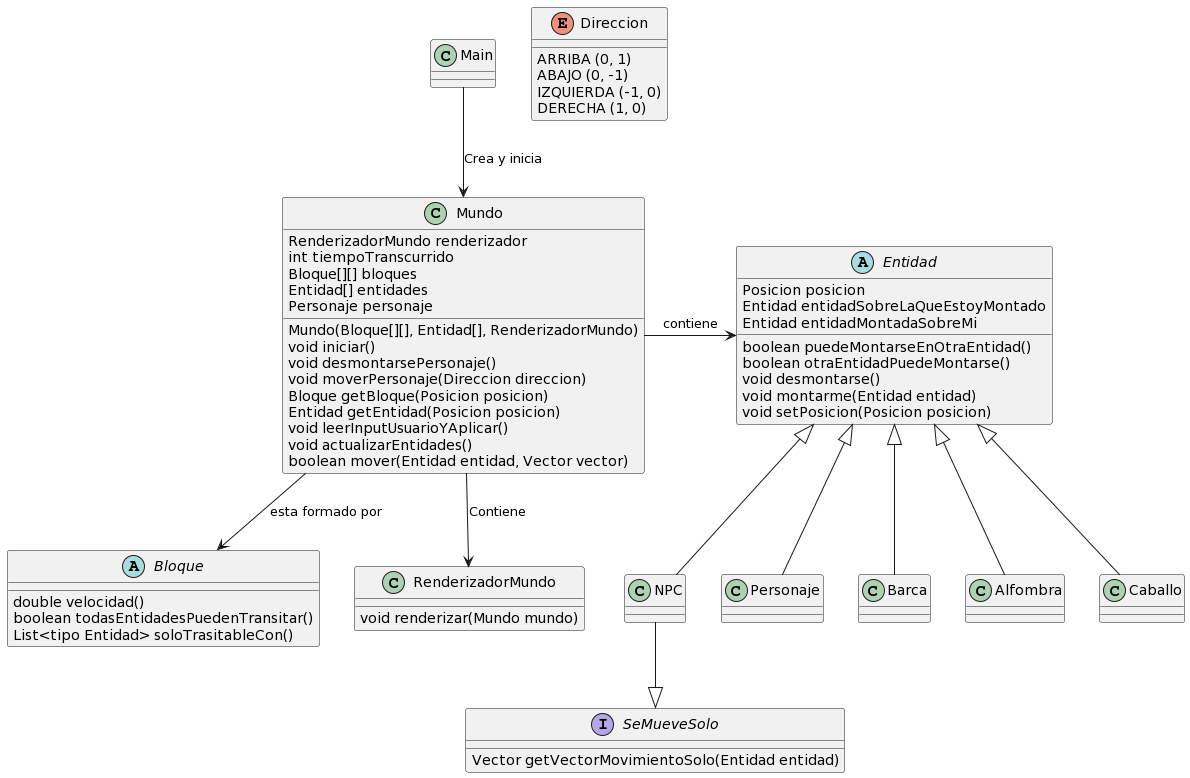
The PlantUML diagram grupo3/laberinto/diagramas/clases.png in mmasias/IdSw2-22-23, before a commit. Its diagram source:
```plantuml
@startuml
class Mundo
abstract class Entidad
abstract class Bloque
class Main
class RenderizadorMundo
interface SeMueveSolo
enum Direccion {
   ARRIBA (0, 1)
   ABAJO (0, -1)
   IZQUIERDA (-1, 0)
   DERECHA (1, 0)
}

RenderizadorMundo : void renderizar(Mundo mundo)
SeMueveSolo : Vector getVectorMovimientoSolo(Entidad entidad)

Main --> Mundo : Crea y inicia

Mundo --> Bloque : esta formado por
Mundo --> RenderizadorMundo : Contiene

Bloque : double velocidad()
Bloque : boolean todasEntidadesPuedenTransitar()
Bloque : List<tipo Entidad> soloTrasitableCon()

Mundo -> Entidad : contiene
Mundo : RenderizadorMundo renderizador
Mundo : int tiempoTranscurrido
Mundo : Bloque[][] bloques
Mundo : Entidad[] entidades
Mundo : Personaje personaje
Mundo : Mundo(Bloque[][], Entidad[], RenderizadorMundo)
Mundo : void iniciar()
Mundo : void desmontarsePersonaje()
Mundo : void moverPersonaje(Direccion direccion)
Mundo : Bloque getBloque(Posicion posicion)
Mundo : Entidad getEntidad(Posicion posicion)

Mundo : void leerInputUsuarioYAplicar()
Mundo : void actualizarEntidades()
Mundo : boolean mover(Entidad entidad, Vector vector)

Entidad : Posicion posicion
Entidad : Entidad entidadSobreLaQueEstoyMontado
Entidad : Entidad entidadMontadaSobreMi
Entidad : boolean puedeMontarseEnOtraEntidad()
Entidad : boolean otraEntidadPuedeMontarse()
Entidad : void desmontarse()
Entidad : void montarme(Entidad entidad)
Entidad : void setPosicion(Posicion posicion)

Entidad <|-- NPC
Entidad <|-- Personaje
Entidad <|-- Barca
Entidad <|-- Alfombra
Entidad <|-- Caballo
NPC --|> SeMueveSolo
@enduml
```
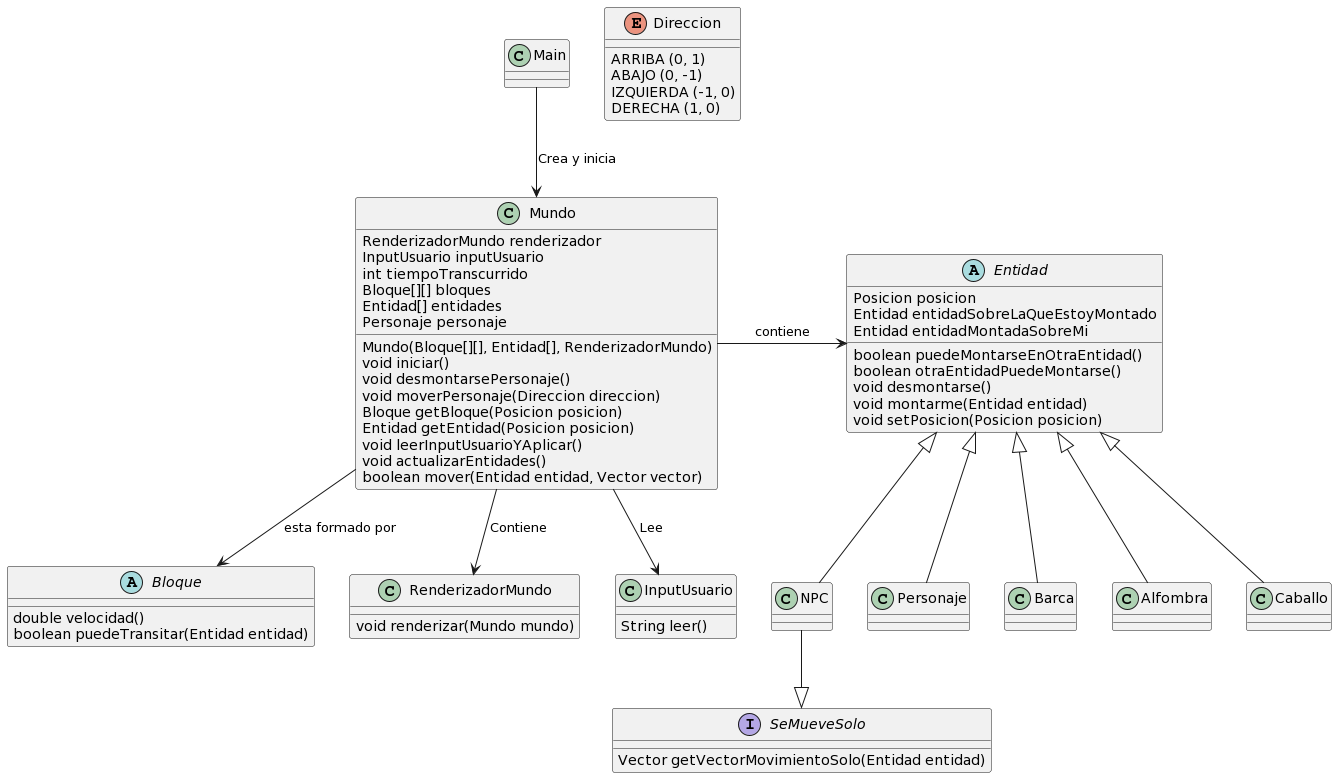
After the commit.

Diff of the diagram source:
```diff
@@ -21,11 +21,12 @@
 Mundo --> RenderizadorMundo : Contiene
 
 Bloque : double velocidad()
-Bloque : boolean todasEntidadesPuedenTransitar()
-Bloque : List<tipo Entidad> soloTrasitableCon()
+Bloque : boolean puedeTransitar(Entidad entidad)
 
 Mundo -> Entidad : contiene
+Mundo --> InputUsuario : Lee
 Mundo : RenderizadorMundo renderizador
+Mundo : InputUsuario inputUsuario
 Mundo : int tiempoTranscurrido
 Mundo : Bloque[][] bloques
 Mundo : Entidad[] entidades
@@ -56,4 +57,7 @@
 Entidad <|-- Alfombra
 Entidad <|-- Caballo
 NPC --|> SeMueveSolo
+
+class InputUsuario
+InputUsuario : String leer()
 @enduml
```
